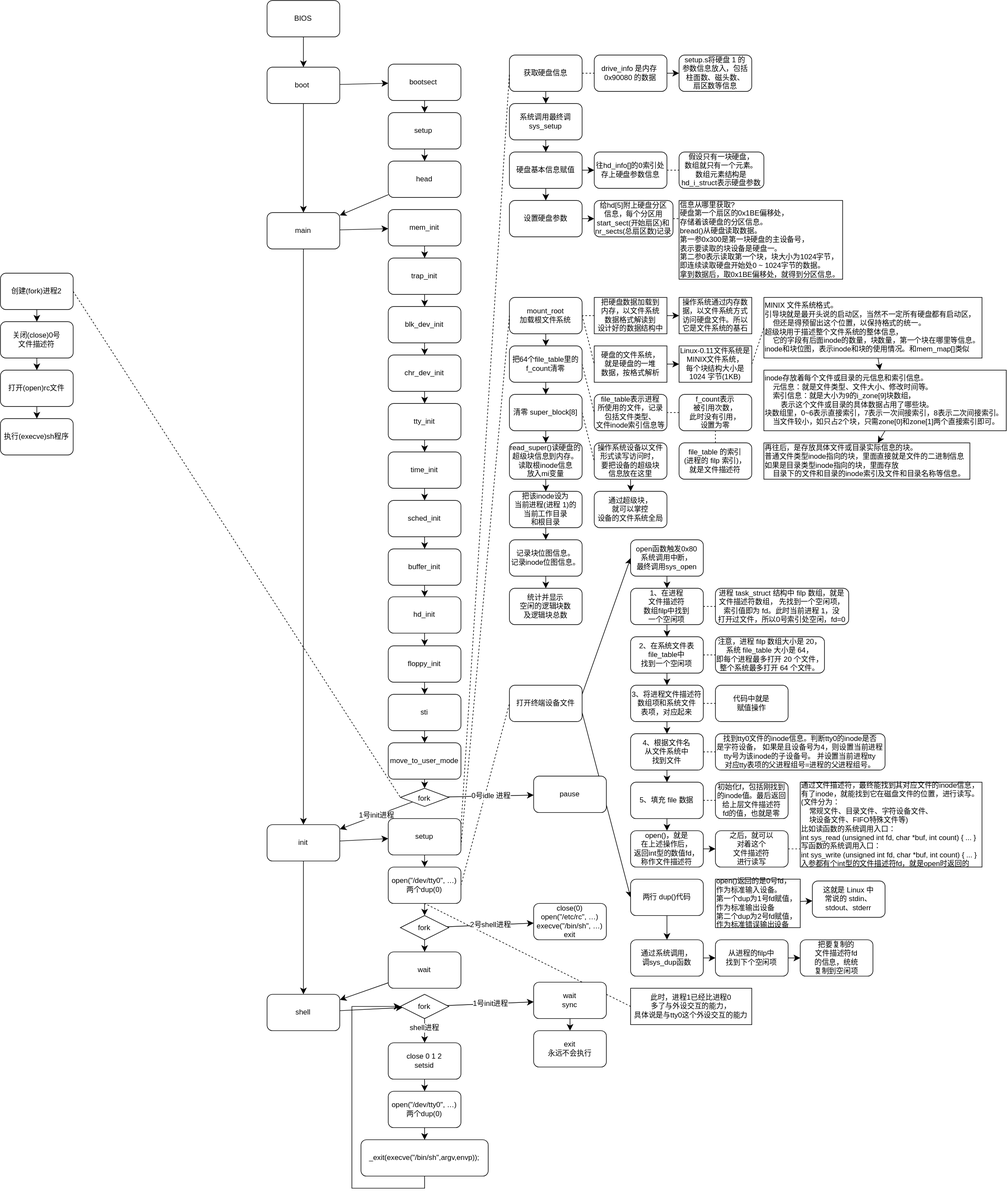
chenxi829/draw_many_pic keeps this draw.io diagram as demo.drawio.svg. Above is the earlier version. Source tidied: cells renumbered, new cells last; positions are measured from the earlier drawing's top-left corner, leaving out a move shared by most shapes.
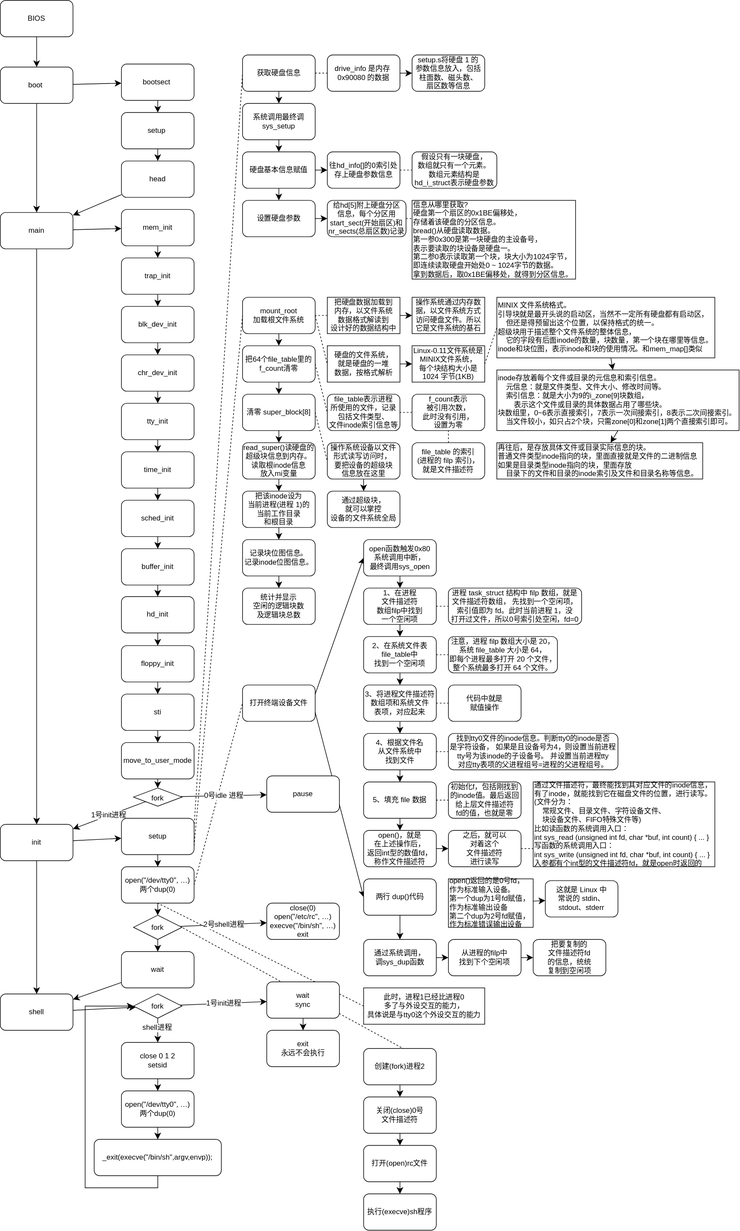
After the change.

Diff of the diagram source:
```diff
@@ -305,29 +305,29 @@
     <mxCell id="102" style="endArrow=none;dashed=1;html=1;rounded=0;fontSize=12;startSize=8;endSize=8;curved=1;exitX=0;exitY=0.5;exitDx=0;exitDy=0;entryX=0.5;entryY=1;entryDx=0;entryDy=0;" parent="1" edge="1" source="101" target="161">
       <mxGeometry relative="1" as="geometry" />
     </mxCell>
-    <mxCell id="103" style="endArrow=none;dashed=1;html=1;rounded=0;fontSize=12;startSize=8;endSize=8;curved=1;entryX=0;entryY=0.5;entryDx=0;entryDy=0;exitX=1;exitY=0.5;exitDx=0;exitDy=0;" parent="1" edge="1" source="105" target="152">
+    <mxCell id="103" style="endArrow=none;dashed=1;html=1;rounded=0;fontSize=12;startSize=8;endSize=8;curved=1;entryX=1;entryY=0.5;entryDx=0;entryDy=0;exitX=1;exitY=0.5;exitDx=0;exitDy=0;" parent="1" edge="1" source="105" target="164">
       <mxGeometry relative="1" as="geometry" />
     </mxCell>
     <mxCell id="104" style="edgeStyle=none;curved=1;rounded=0;jettySize=auto;html=1;fontSize=12;startSize=8;endSize=8;" parent="1" edge="1" source="105" target="107">
       <mxGeometry relative="1" as="geometry" />
     </mxCell>
     <mxCell id="105" value="创建(fork)进程2" style="rounded=1;whiteSpace=wrap;html=1;" parent="1" vertex="1">
-      <mxGeometry y="450" width="120" height="60" as="geometry" />
+      <mxGeometry x="1040" y="1730" width="120" height="60" as="geometry" />
     </mxCell>
     <mxCell id="106" style="edgeStyle=none;curved=1;rounded=0;jettySize=auto;html=1;fontSize=12;startSize=8;endSize=8;" parent="1" edge="1" source="107" target="109">
       <mxGeometry relative="1" as="geometry" />
     </mxCell>
     <mxCell id="107" value="关闭(close)0号&lt;div&gt;文件描述符&lt;/div&gt;" style="rounded=1;whiteSpace=wrap;html=1;" parent="1" vertex="1">
-      <mxGeometry y="530" width="120" height="60" as="geometry" />
+      <mxGeometry x="1040" y="1810" width="120" height="60" as="geometry" />
     </mxCell>
     <mxCell id="108" style="edgeStyle=none;curved=1;rounded=0;jettySize=auto;html=1;fontSize=12;startSize=8;endSize=8;" parent="1" edge="1" source="109" target="110">
       <mxGeometry relative="1" as="geometry" />
     </mxCell>
     <mxCell id="109" value="打开(open)rc文件" style="rounded=1;whiteSpace=wrap;html=1;" parent="1" vertex="1">
-      <mxGeometry y="610" width="120" height="60" as="geometry" />
+      <mxGeometry x="1040" y="1890" width="120" height="60" as="geometry" />
     </mxCell>
     <mxCell id="110" value="执行(execve)sh程序" style="rounded=1;whiteSpace=wrap;html=1;" parent="1" vertex="1">
-      <mxGeometry y="690" width="120" height="60" as="geometry" />
+      <mxGeometry x="1040" y="1970" width="120" height="60" as="geometry" />
     </mxCell>
     <mxCell id="111" parent="0" />
     <mxCell id="112" value="总流程" parent="0" />
```
